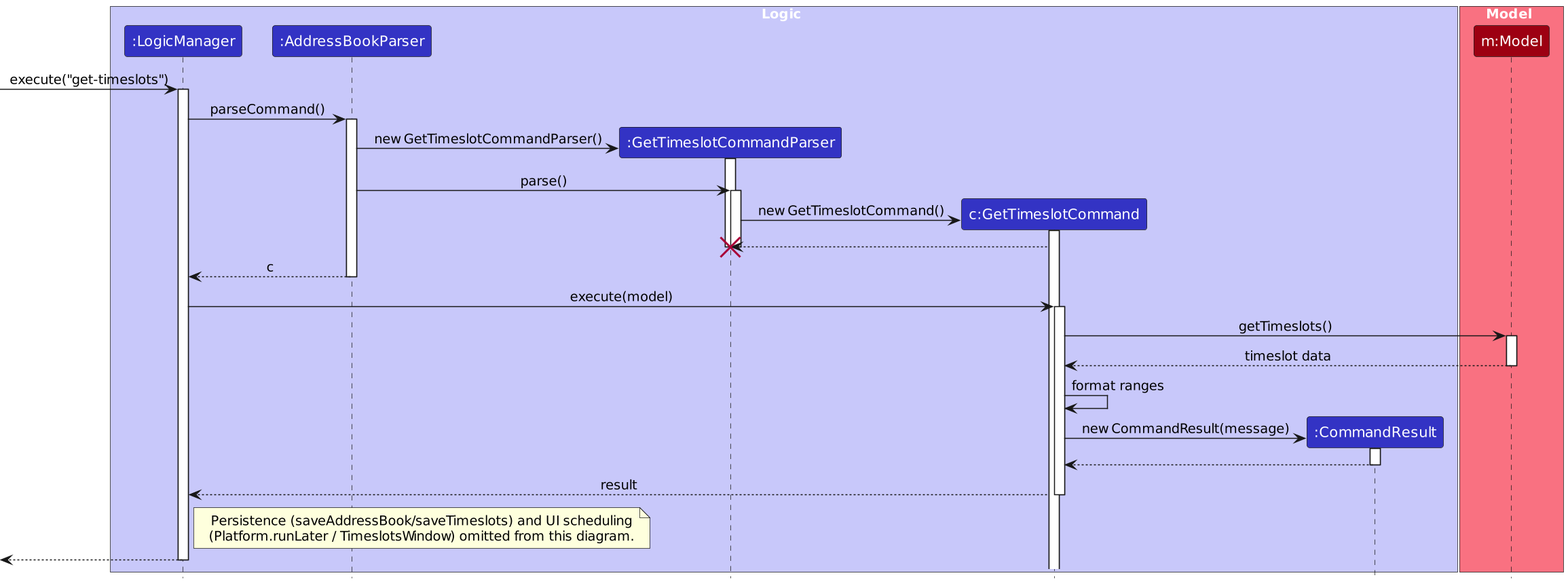
This is diagrams/Timeslots/GetTimeslotsSequenceDiagram.png from AY2526S1-CS2103T-T09-3/tp, a PlantUML export, as it was before one commit. Its source is kept beside it as diagrams/Timeslots/GetTimeslotsSequenceDiagram.puml.
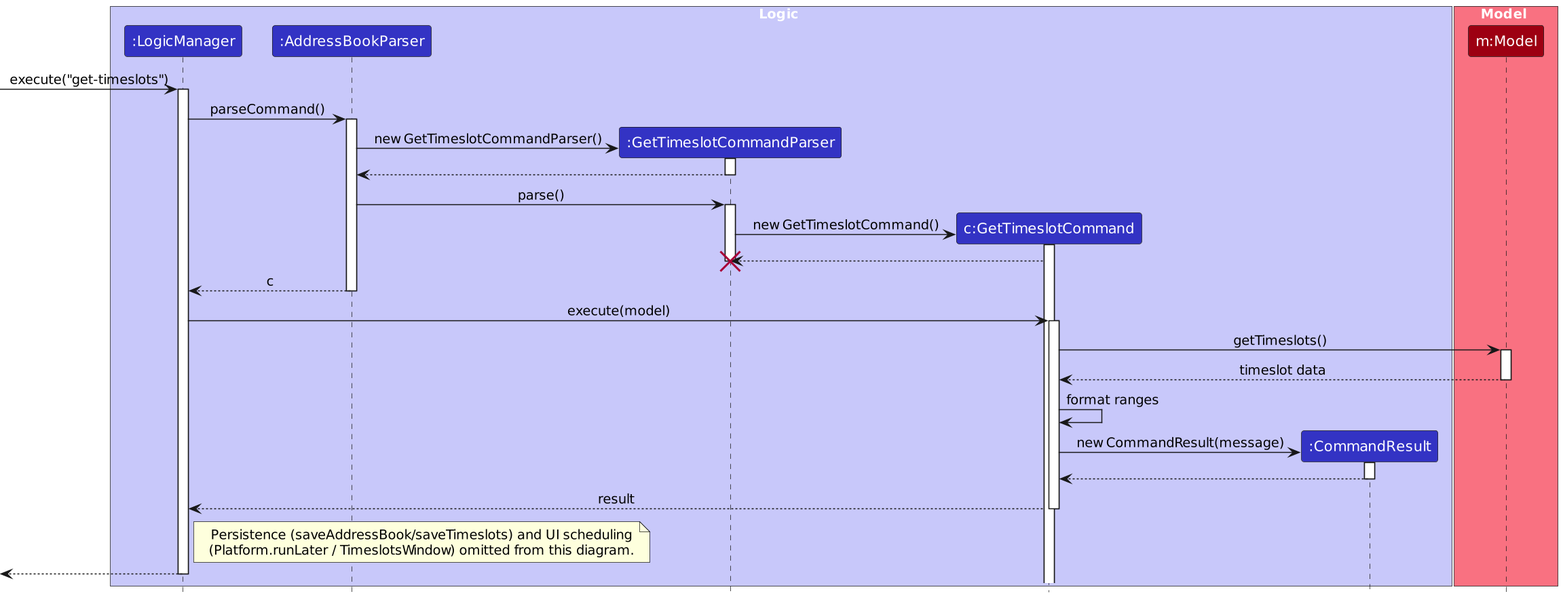
Above is the later version.

Change to the diagram source:
```diff
@@ -24,6 +24,8 @@
 create GetTimeslotCommandParser
 AddressBookParser -> GetTimeslotCommandParser : new GetTimeslotCommandParser()
 activate GetTimeslotCommandParser
+AddressBookParser <-- GetTimeslotCommandParser
+deactivate GetTimeslotCommandParser
 
 AddressBookParser -> GetTimeslotCommandParser : parse()
 activate GetTimeslotCommandParser
```
